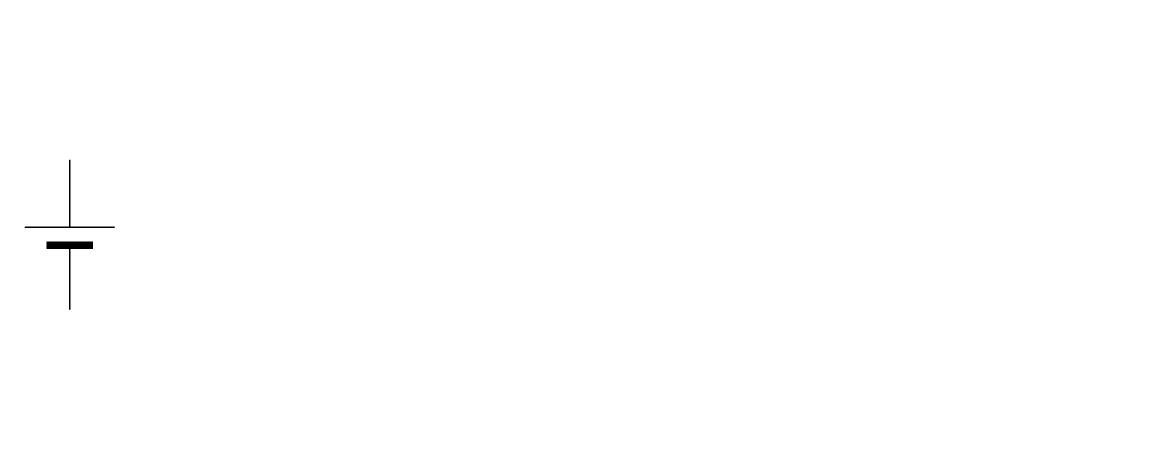
The draw.io diagram 三相两电平电压型逆变器电路.drawio in huigang39/PicBed, before the edit. Source tidied: cells renumbered, new cells numbered last; positions are measured from the earlier drawing's top-left corner, leaving out a move shared by most shapes. Both pictures are drawn from the tidied source at 150%, with x=0, y=0 at pixel (-6, 189).
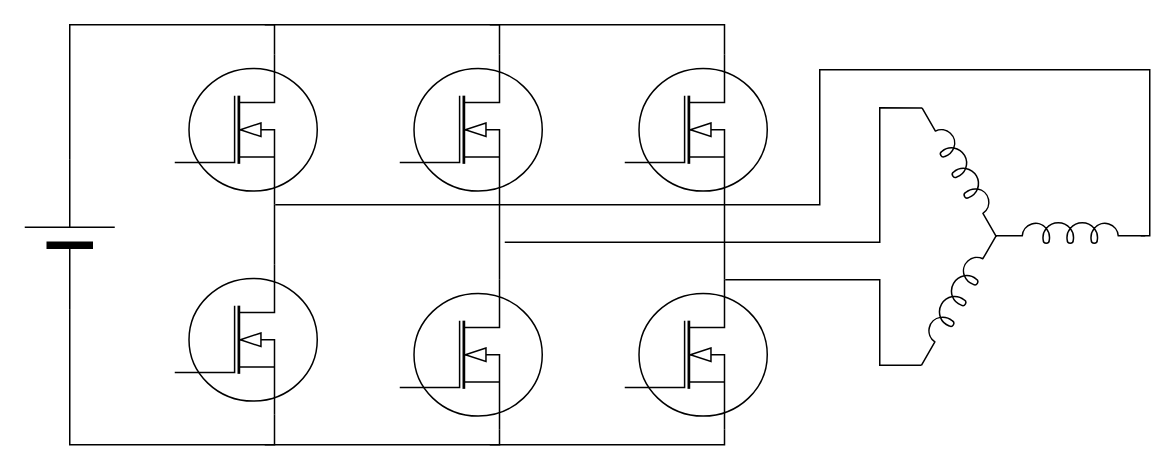
The same diagram, later.

Commit message (it also covers changes not shown here):
更新三相两电平电压型逆变器电路.drawio

The change refers to these unchanged cells:
```xml
<mxCell id="2" style="verticalLabelPosition=bottom;shadow=0;dashed=0;align=center;fillColor=strokeColor;html=1;verticalAlign=top;strokeWidth=1;shape=mxgraph.electrical.miscellaneous.monocell_battery;rotation=-90;" parent="1" vertex="1">
  <mxGeometry width="100" height="60" as="geometry" />
</mxCell>
```

The edit, as a diff of the source:
```diff
@@
+    <mxCell id="3" style="verticalLabelPosition=bottom;shadow=0;dashed=0;align=center;html=1;verticalAlign=top;shape=mxgraph.electrical.mosfets1.n-channel_mosfet_1;" parent="1" vertex="1">
+      <mxGeometry x="120" y="-90" width="95" height="100" as="geometry" />
+    </mxCell>
+    <mxCell id="4" style="verticalLabelPosition=bottom;shadow=0;dashed=0;align=center;html=1;verticalAlign=top;shape=mxgraph.electrical.mosfets1.n-channel_mosfet_1;" parent="1" vertex="1">
+      <mxGeometry x="120" y="50" width="95" height="100" as="geometry" />
+    </mxCell>
+    <mxCell id="5" style="edgeStyle=orthogonalEdgeStyle;rounded=0;jettySize=auto;html=1;exitX=0.7;exitY=0;exitDx=0;exitDy=0;exitPerimeter=0;endArrow=none;endFill=0;" parent="1" edge="1" source="6">
+      <mxGeometry relative="1" as="geometry">
+        <mxPoint x="180" y="-110" as="targetPoint" />
+        <Array as="points">
+          <mxPoint x="337" y="-110" />
+        </Array>
+      </mxGeometry>
+    </mxCell>
+    <mxCell id="6" style="verticalLabelPosition=bottom;shadow=0;dashed=0;align=center;html=1;verticalAlign=top;shape=mxgraph.electrical.mosfets1.n-channel_mosfet_1;" parent="1" vertex="1">
+      <mxGeometry x="270" y="-90" width="95" height="100" as="geometry" />
+    </mxCell>
+    <mxCell id="7" style="edgeStyle=orthogonalEdgeStyle;rounded=0;jettySize=auto;html=1;exitX=0.7;exitY=1;exitDx=0;exitDy=0;exitPerimeter=0;endArrow=none;endFill=0;" parent="1" edge="1" source="8">
+      <mxGeometry relative="1" as="geometry">
+        <mxPoint x="180" y="170" as="targetPoint" />
+        <Array as="points">
+          <mxPoint x="336" y="170" />
+        </Array>
+      </mxGeometry>
+    </mxCell>
+    <mxCell id="8" style="verticalLabelPosition=bottom;shadow=0;dashed=0;align=center;html=1;verticalAlign=top;shape=mxgraph.electrical.mosfets1.n-channel_mosfet_1;" parent="1" vertex="1">
+      <mxGeometry x="270" y="60" width="95" height="100" as="geometry" />
+    </mxCell>
+    <mxCell id="9" style="edgeStyle=orthogonalEdgeStyle;rounded=0;jettySize=auto;html=1;exitX=0.7;exitY=0;exitDx=0;exitDy=0;exitPerimeter=0;endArrow=none;endFill=0;" parent="1" edge="1" source="10">
+      <mxGeometry relative="1" as="geometry">
+        <mxPoint x="330" y="-110" as="targetPoint" />
+        <Array as="points">
+          <mxPoint x="487" y="-110" />
+        </Array>
+      </mxGeometry>
+    </mxCell>
+    <mxCell id="10" style="verticalLabelPosition=bottom;shadow=0;dashed=0;align=center;html=1;verticalAlign=top;shape=mxgraph.electrical.mosfets1.n-channel_mosfet_1;" parent="1" vertex="1">
+      <mxGeometry x="420" y="-90" width="95" height="100" as="geometry" />
+    </mxCell>
+    <mxCell id="11" style="edgeStyle=orthogonalEdgeStyle;rounded=0;jettySize=auto;html=1;exitX=0.7;exitY=1;exitDx=0;exitDy=0;exitPerimeter=0;endArrow=none;endFill=0;" parent="1" edge="1" source="12">
+      <mxGeometry relative="1" as="geometry">
+        <mxPoint x="330" y="170" as="targetPoint" />
+        <Array as="points">
+          <mxPoint x="486" y="170" />
+        </Array>
+      </mxGeometry>
+    </mxCell>
+    <mxCell id="12" style="verticalLabelPosition=bottom;shadow=0;dashed=0;align=center;html=1;verticalAlign=top;shape=mxgraph.electrical.mosfets1.n-channel_mosfet_1;" parent="1" vertex="1">
+      <mxGeometry x="420" y="60" width="95" height="100" as="geometry" />
+    </mxCell>
+    <mxCell id="13" style="edgeStyle=orthogonalEdgeStyle;rounded=0;jettySize=auto;html=1;exitX=1;exitY=0.5;exitDx=0;exitDy=0;exitPerimeter=0;entryX=0.7;entryY=0;entryDx=0;entryDy=0;entryPerimeter=0;endArrow=none;endFill=0;" parent="1" edge="1" source="2" target="3">
+      <mxGeometry relative="1" as="geometry" />
+    </mxCell>
+    <mxCell id="14" style="edgeStyle=orthogonalEdgeStyle;rounded=0;jettySize=auto;html=1;exitX=0;exitY=0.5;exitDx=0;exitDy=0;exitPerimeter=0;entryX=0.7;entryY=1;entryDx=0;entryDy=0;entryPerimeter=0;endArrow=none;endFill=0;" parent="1" edge="1" source="2" target="4">
+      <mxGeometry relative="1" as="geometry" />
+    </mxCell>
+    <mxCell id="15" style="edgeStyle=orthogonalEdgeStyle;rounded=0;jettySize=auto;html=1;exitX=0.7;exitY=1;exitDx=0;exitDy=0;exitPerimeter=0;entryX=0.7;entryY=0;entryDx=0;entryDy=0;entryPerimeter=0;endArrow=none;endFill=0;" parent="1" edge="1" source="3" target="4">
+      <mxGeometry relative="1" as="geometry" />
+    </mxCell>
+    <mxCell id="16" style="edgeStyle=orthogonalEdgeStyle;rounded=0;jettySize=auto;html=1;exitX=0.7;exitY=1;exitDx=0;exitDy=0;exitPerimeter=0;entryX=0.7;entryY=0;entryDx=0;entryDy=0;entryPerimeter=0;endArrow=none;endFill=0;" parent="1" edge="1" source="6" target="8">
+      <mxGeometry relative="1" as="geometry" />
+    </mxCell>
+    <mxCell id="17" style="edgeStyle=orthogonalEdgeStyle;rounded=0;jettySize=auto;html=1;exitX=0.7;exitY=1;exitDx=0;exitDy=0;exitPerimeter=0;entryX=0.7;entryY=0;entryDx=0;entryDy=0;entryPerimeter=0;endArrow=none;endFill=0;" parent="1" edge="1" source="10" target="12">
+      <mxGeometry relative="1" as="geometry" />
+    </mxCell>
+    <mxCell id="18" style="edgeStyle=orthogonalEdgeStyle;rounded=0;jettySize=auto;html=1;exitX=0;exitY=0.645;exitDx=0;exitDy=0;exitPerimeter=0;endArrow=none;endFill=0;" parent="1" edge="1" source="19">
+      <mxGeometry relative="1" as="geometry">
+        <mxPoint x="340" y="35" as="targetPoint" />
+        <Array as="points">
+          <mxPoint x="590" y="-55" />
+          <mxPoint x="590" y="35" />
+        </Array>
+      </mxGeometry>
+    </mxCell>
+    <mxCell id="19" style="verticalLabelPosition=bottom;shadow=0;dashed=0;align=center;html=1;verticalAlign=top;shape=mxgraph.electrical.inductors.inductor_5;rotation=60;" parent="1" vertex="1">
+      <mxGeometry x="595.2" y="-19.7" width="99" height="14" as="geometry" />
+    </mxCell>
+    <mxCell id="20" style="edgeStyle=orthogonalEdgeStyle;rounded=0;orthogonalLoop=1;jettySize=auto;html=1;exitX=1;exitY=0.645;exitDx=0;exitDy=0;exitPerimeter=0;endArrow=none;endFill=0;" parent="1" edge="1">
+      <mxGeometry relative="1" as="geometry">
+        <mxPoint x="764" y="30.7" as="sourcePoint" />
+        <mxPoint x="187" y="10" as="targetPoint" />
+        <Array as="points">
+          <mxPoint x="770" y="31" />
+          <mxPoint x="770" y="-80" />
+          <mxPoint x="550" y="-80" />
+          <mxPoint x="550" y="10" />
+          <mxPoint x="187" y="10" />
+        </Array>
+      </mxGeometry>
+    </mxCell>
+    <mxCell id="21" style="verticalLabelPosition=bottom;shadow=0;dashed=0;align=center;html=1;verticalAlign=top;shape=mxgraph.electrical.inductors.inductor_5;rotation=0;" parent="1" vertex="1">
+      <mxGeometry x="667" y="21.7" width="100" height="14" as="geometry" />
+    </mxCell>
+    <mxCell id="22" style="edgeStyle=orthogonalEdgeStyle;rounded=0;jettySize=auto;html=1;endArrow=none;endFill=0;exitX=0;exitY=0.645;exitDx=0;exitDy=0;exitPerimeter=0;" parent="1" edge="1" source="23">
+      <mxGeometry relative="1" as="geometry">
+        <mxPoint x="487" y="60" as="targetPoint" />
+        <Array as="points">
+          <mxPoint x="590" y="117" />
+          <mxPoint x="590" y="60" />
+        </Array>
+      </mxGeometry>
+    </mxCell>
+    <mxCell id="23" style="verticalLabelPosition=bottom;shadow=0;dashed=0;align=center;html=1;verticalAlign=top;shape=mxgraph.electrical.inductors.inductor_5;rotation=-60;" parent="1" vertex="1">
+      <mxGeometry x="591" y="65.7" width="100" height="14" as="geometry" />
+    </mxCell>
```
